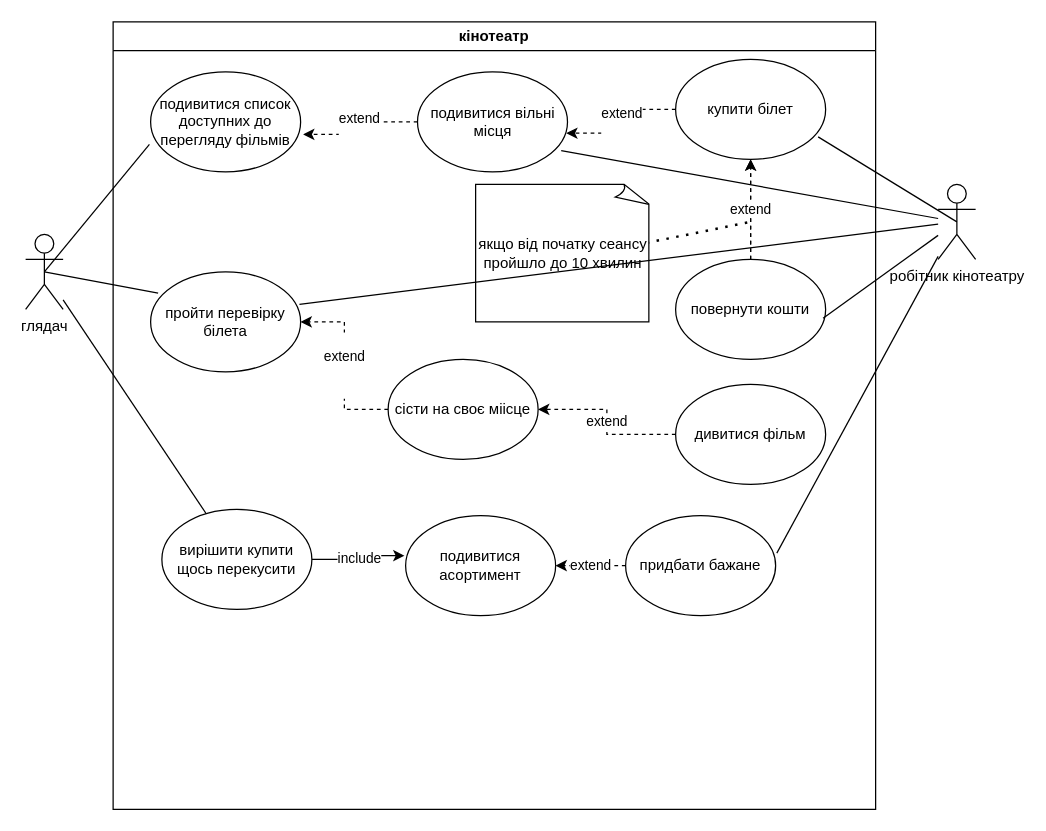
The draw.io diagram Діаграма без назви.drawio in DegWar5442/oop, before the edit. Source tidied: cells renumbered, new cells numbered last; positions are measured from the earlier drawing's top-left corner, leaving out a move shared by most shapes. Both pictures are drawn from the tidied source at 125%, with x=0, y=0 at pixel (25, 21).
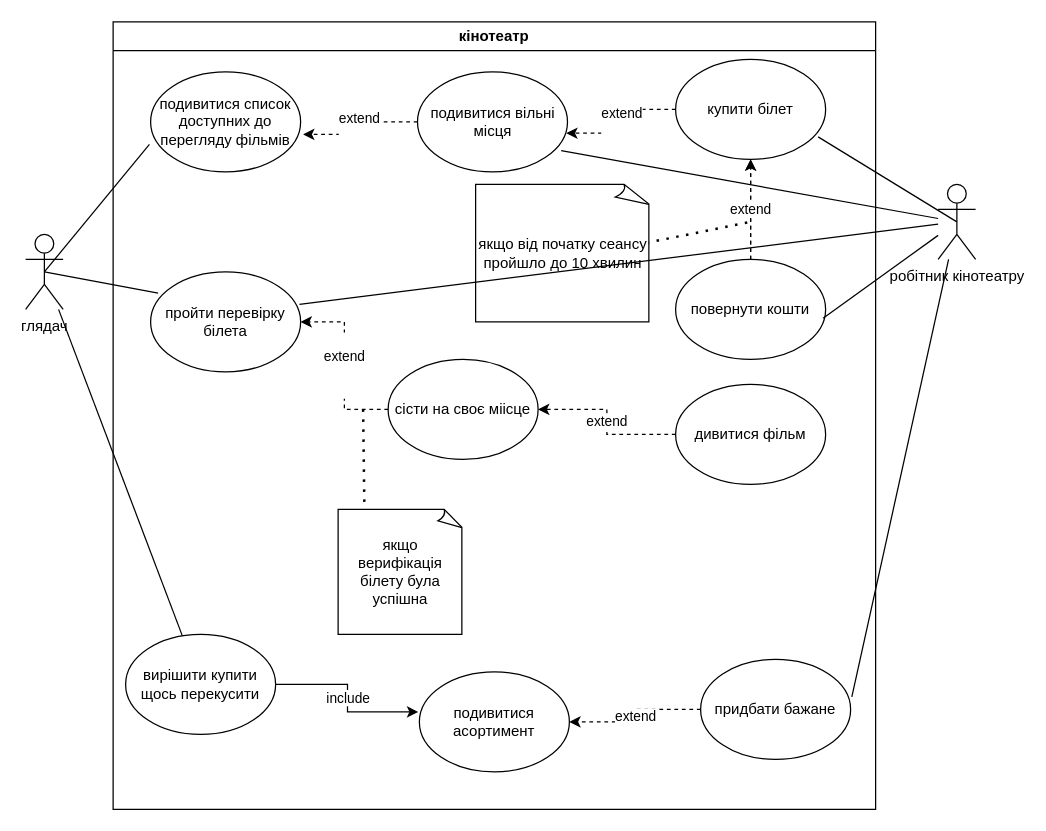
The same diagram, later.

The change refers to these unchanged cells:
```xml
<mxCell id="2" value="кінотеатр" style="swimlane;whiteSpace=wrap;html=1;" parent="1" vertex="1">
  <mxGeometry x="70" width="610" height="630" as="geometry" />
</mxCell>
```

Change to the diagram source:
```diff
@@
     <mxCell id="15" value="вирішити купити щось перекусити" style="ellipse;whiteSpace=wrap;html=1;" parent="2" vertex="1">
-      <mxGeometry x="39" y="390" width="120" height="80" as="geometry" />
+      <mxGeometry x="10" y="490" width="120" height="80" as="geometry" />
     </mxCell>
@@
     <mxCell id="18" value="подивитися асортимент" style="ellipse;whiteSpace=wrap;html=1;" parent="2" vertex="1">
-      <mxGeometry x="234" y="395" width="120" height="80" as="geometry" />
+      <mxGeometry x="245" y="520" width="120" height="80" as="geometry" />
     </mxCell>
@@
     <mxCell id="20" value="придбати бажане" style="ellipse;whiteSpace=wrap;html=1;" parent="2" vertex="1">
-      <mxGeometry x="410" y="395" width="120" height="80" as="geometry" />
+      <mxGeometry x="470" y="510" width="120" height="80" as="geometry" />
     </mxCell>
+    <mxCell id="34" style="endArrow=none;dashed=1;html=1;dashPattern=1 3;strokeWidth=2;rounded=0;entryX=0.21;entryY=-0.02;entryDx=0;entryDy=0;entryPerimeter=0;" parent="2" edge="1" target="35">
+      <mxGeometry relative="1" as="geometry">
+        <mxPoint x="200" y="310" as="sourcePoint" />
+      </mxGeometry>
+    </mxCell>
+    <mxCell id="35" value="якщо верифікація білету була успішна" style="whiteSpace=wrap;html=1;shape=mxgraph.basic.document;" parent="2" vertex="1">
+      <mxGeometry x="180" y="390" width="100" height="100" as="geometry" />
+    </mxCell>
```
